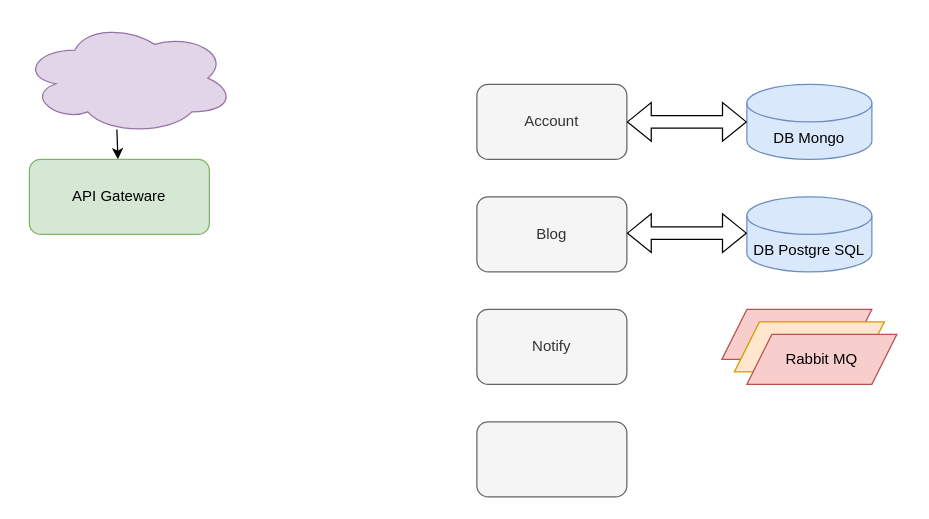
Before: Диаграмма ReadMe.drawio in htmlacademy-nestjs/2270551-readme-5, a draw.io diagram. Source tidied: cells renumbered, new cells numbered last; positions are measured from the earlier drawing's top-left corner, leaving out a move shared by most shapes. Both pictures are drawn from the tidied source at 125%, with x=0, y=0 at pixel (21, 21).
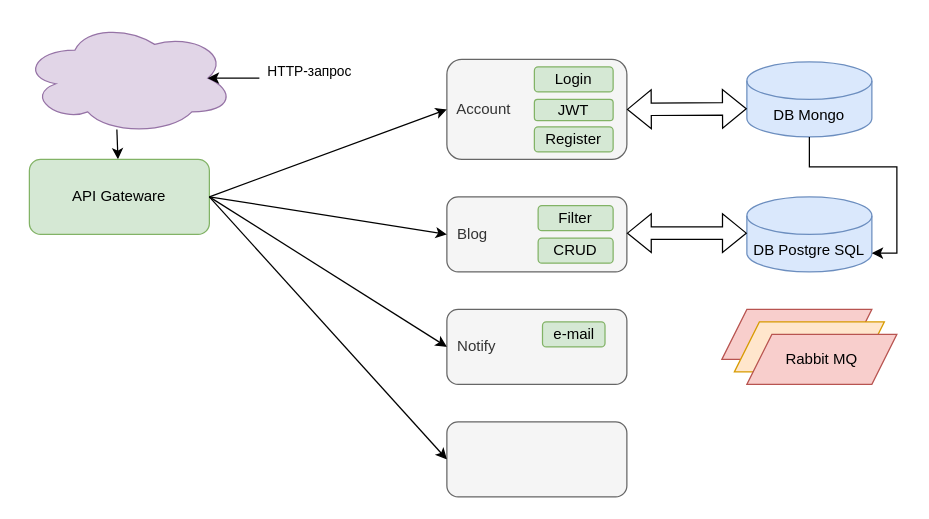
Above is the later version.

Unchanged cells that the change refers to:
```xml
<mxCell id="2" style="ellipse;shape=cloud;whiteSpace=wrap;html=1;fillColor=#e1d5e7;strokeColor=#9673a6;" parent="1" vertex="1">
  <mxGeometry width="170" height="90" as="geometry" />
</mxCell>
<mxCell id="4" value="API Gateware" style="rounded=1;whiteSpace=wrap;html=1;fillColor=#d5e8d4;strokeColor=#82b366;" parent="1" vertex="1">
  <mxGeometry x="6" y="110" width="144" height="60" as="geometry" />
</mxCell>
<mxCell id="11" value="DB Postgre SQL" style="shape=cylinder3;whiteSpace=wrap;html=1;boundedLbl=1;backgroundOutline=1;size=15;fillColor=#dae8fc;strokeColor=#6c8ebf;" parent="1" vertex="1">
  <mxGeometry x="580" y="140" width="100" height="60" as="geometry" />
</mxCell>
```

Diff of the diagram source:
```diff
@@
-    <mxCell id="5" value="Account" style="rounded=1;whiteSpace=wrap;html=1;fillColor=#f5f5f5;fontColor=#333333;strokeColor=#666666;" parent="1" vertex="1">
-      <mxGeometry x="364" y="50" width="120" height="60" as="geometry" />
+    <mxCell id="5" value="&amp;nbsp; Account" style="rounded=1;whiteSpace=wrap;html=1;fillColor=#f5f5f5;fontColor=#333333;strokeColor=#666666;align=left;" parent="1" vertex="1">
+      <mxGeometry x="340" y="30" width="144" height="80" as="geometry" />
     </mxCell>
-    <mxCell id="6" value="Blog" style="rounded=1;whiteSpace=wrap;html=1;fillColor=#f5f5f5;fontColor=#333333;strokeColor=#666666;" parent="1" vertex="1">
-      <mxGeometry x="364" y="140" width="120" height="60" as="geometry" />
+    <mxCell id="6" value="&amp;nbsp; Blog" style="rounded=1;whiteSpace=wrap;html=1;fillColor=#f5f5f5;fontColor=#333333;strokeColor=#666666;align=left;" parent="1" vertex="1">
+      <mxGeometry x="340" y="140" width="144" height="60" as="geometry" />
     </mxCell>
-    <mxCell id="7" value="Notify" style="rounded=1;whiteSpace=wrap;html=1;fillColor=#f5f5f5;fontColor=#333333;strokeColor=#666666;" parent="1" vertex="1">
-      <mxGeometry x="364" y="230" width="120" height="60" as="geometry" />
+    <mxCell id="7" value="&lt;div style=&quot;&quot;&gt;&lt;div style=&quot;&quot;&gt;&amp;nbsp; Notify&lt;/div&gt;&lt;/div&gt;" style="rounded=1;whiteSpace=wrap;html=1;fillColor=#f5f5f5;fontColor=#333333;strokeColor=#666666;align=left;" parent="1" vertex="1">
+      <mxGeometry x="340" y="230" width="144" height="60" as="geometry" />
     </mxCell>
     <mxCell id="8" style="rounded=1;whiteSpace=wrap;html=1;fillColor=#f5f5f5;fontColor=#333333;strokeColor=#666666;" parent="1" vertex="1">
-      <mxGeometry x="364" y="320" width="120" height="60" as="geometry" />
+      <mxGeometry x="340" y="320" width="144" height="60" as="geometry" />
     </mxCell>
     <mxCell id="9" value="DB Mongo" style="shape=cylinder3;whiteSpace=wrap;html=1;boundedLbl=1;backgroundOutline=1;size=15;fillColor=#dae8fc;strokeColor=#6c8ebf;" parent="1" vertex="1">
-      <mxGeometry x="580" y="50" width="100" height="60" as="geometry" />
+      <mxGeometry x="580" y="32" width="100" height="60" as="geometry" />
     </mxCell>
-    <mxCell id="10" style="shape=flexArrow;endArrow=classic;startArrow=classic;html=1;rounded=0;exitX=1;exitY=0.5;exitDx=0;exitDy=0;" parent="1" edge="1" source="5">
-      <mxGeometry relative="1" as="geometry">
-        <mxPoint x="580" y="80" as="targetPoint" />
-      </mxGeometry>
+    <mxCell id="10" style="shape=flexArrow;endArrow=classic;startArrow=classic;html=1;rounded=0;exitX=1;exitY=0.5;exitDx=0;exitDy=0;entryX=0;entryY=0;entryDx=0;entryDy=37.5;entryPerimeter=0;" parent="1" edge="1" source="5" target="9">
+      <mxGeometry relative="1" as="geometry" />
     </mxCell>
@@
+    <mxCell id="16" value="HTTP-запрос" style="endArrow=classic;html=1;rounded=0;entryX=0.875;entryY=0.5;entryDx=0;entryDy=0;entryPerimeter=0;" parent="1" edge="1" target="2">
+      <mxGeometry x="-1" y="-40" relative="1" as="geometry">
+        <mxPoint x="190" y="45" as="sourcePoint" />
+        <mxPoint x="40" y="35" as="offset" />
+      </mxGeometry>
+    </mxCell>
+    <mxCell id="17" style="endArrow=classic;html=1;rounded=0;exitX=1;exitY=0.5;exitDx=0;exitDy=0;entryX=0;entryY=0.5;entryDx=0;entryDy=0;" parent="1" edge="1" source="4" target="5">
+      <mxGeometry relative="1" as="geometry" />
+    </mxCell>
+    <mxCell id="18" style="endArrow=classic;html=1;rounded=0;exitX=1;exitY=0.5;exitDx=0;exitDy=0;" parent="1" edge="1" source="4">
+      <mxGeometry relative="1" as="geometry">
+        <mxPoint x="340" y="170" as="targetPoint" />
+      </mxGeometry>
+    </mxCell>
+    <mxCell id="19" style="endArrow=classic;html=1;rounded=0;exitX=1;exitY=0.5;exitDx=0;exitDy=0;entryX=0;entryY=0.5;entryDx=0;entryDy=0;" parent="1" edge="1" source="4" target="7">
+      <mxGeometry relative="1" as="geometry" />
+    </mxCell>
+    <mxCell id="20" style="endArrow=classic;html=1;rounded=0;exitX=1;exitY=0.5;exitDx=0;exitDy=0;entryX=0;entryY=0.5;entryDx=0;entryDy=0;" parent="1" edge="1" source="4" target="8">
+      <mxGeometry relative="1" as="geometry" />
+    </mxCell>
+    <mxCell id="21" value="e-mail" style="rounded=1;whiteSpace=wrap;html=1;fillColor=#d5e8d4;strokeColor=#82b366;" parent="1" vertex="1">
+      <mxGeometry x="416.5" y="240" width="50" height="20" as="geometry" />
+    </mxCell>
+    <mxCell id="22" value="Login" style="rounded=1;whiteSpace=wrap;html=1;fillColor=#d5e8d4;strokeColor=#82b366;" parent="1" vertex="1">
+      <mxGeometry x="410" y="36" width="63" height="20" as="geometry" />
+    </mxCell>
+    <mxCell id="23" value="JWT" style="rounded=1;whiteSpace=wrap;html=1;fillColor=#d5e8d4;strokeColor=#82b366;" parent="1" vertex="1">
+      <mxGeometry x="410" y="62" width="63" height="17" as="geometry" />
+    </mxCell>
+    <mxCell id="24" value="Register" style="rounded=1;whiteSpace=wrap;html=1;fillColor=#d5e8d4;strokeColor=#82b366;" parent="1" vertex="1">
+      <mxGeometry x="410" y="84" width="63" height="20" as="geometry" />
+    </mxCell>
+    <mxCell id="25" style="edgeStyle=orthogonalEdgeStyle;rounded=0;jettySize=auto;html=1;entryX=1;entryY=1;entryDx=0;entryDy=-15;entryPerimeter=0;" parent="1" edge="1" source="9" target="11">
+      <mxGeometry relative="1" as="geometry" />
+    </mxCell>
+    <mxCell id="26" value="Filter" style="rounded=1;whiteSpace=wrap;html=1;fillColor=#d5e8d4;strokeColor=#82b366;" parent="1" vertex="1">
+      <mxGeometry x="413" y="147" width="60" height="20" as="geometry" />
+    </mxCell>
+    <mxCell id="27" value="CRUD" style="rounded=1;whiteSpace=wrap;html=1;fillColor=#d5e8d4;strokeColor=#82b366;" parent="1" vertex="1">
+      <mxGeometry x="413" y="173" width="60" height="20" as="geometry" />
+    </mxCell>
```
